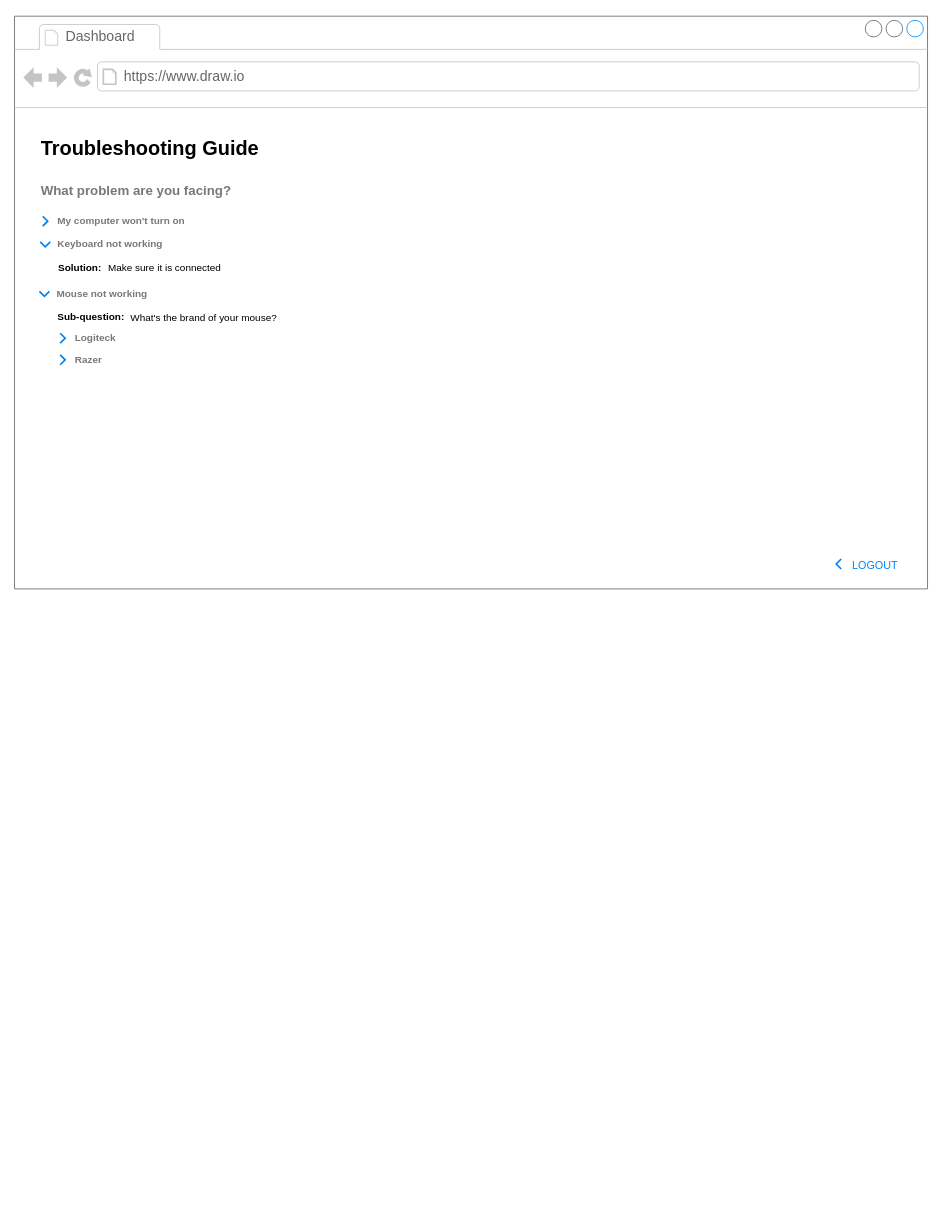
XavierTM/troubleshoot-guide keeps this draw.io diagram as page "Admin Dashboard" (3 of 4) of design/design.drawio. Above is the earlier version. Source tidied: cells renumbered, new cells numbered last; positions are measured from the earlier drawing's top-left corner, leaving out a move shared by most shapes. Both pictures are drawn from the tidied source at 83%, with x=0, y=0 at pixel (14, 16).
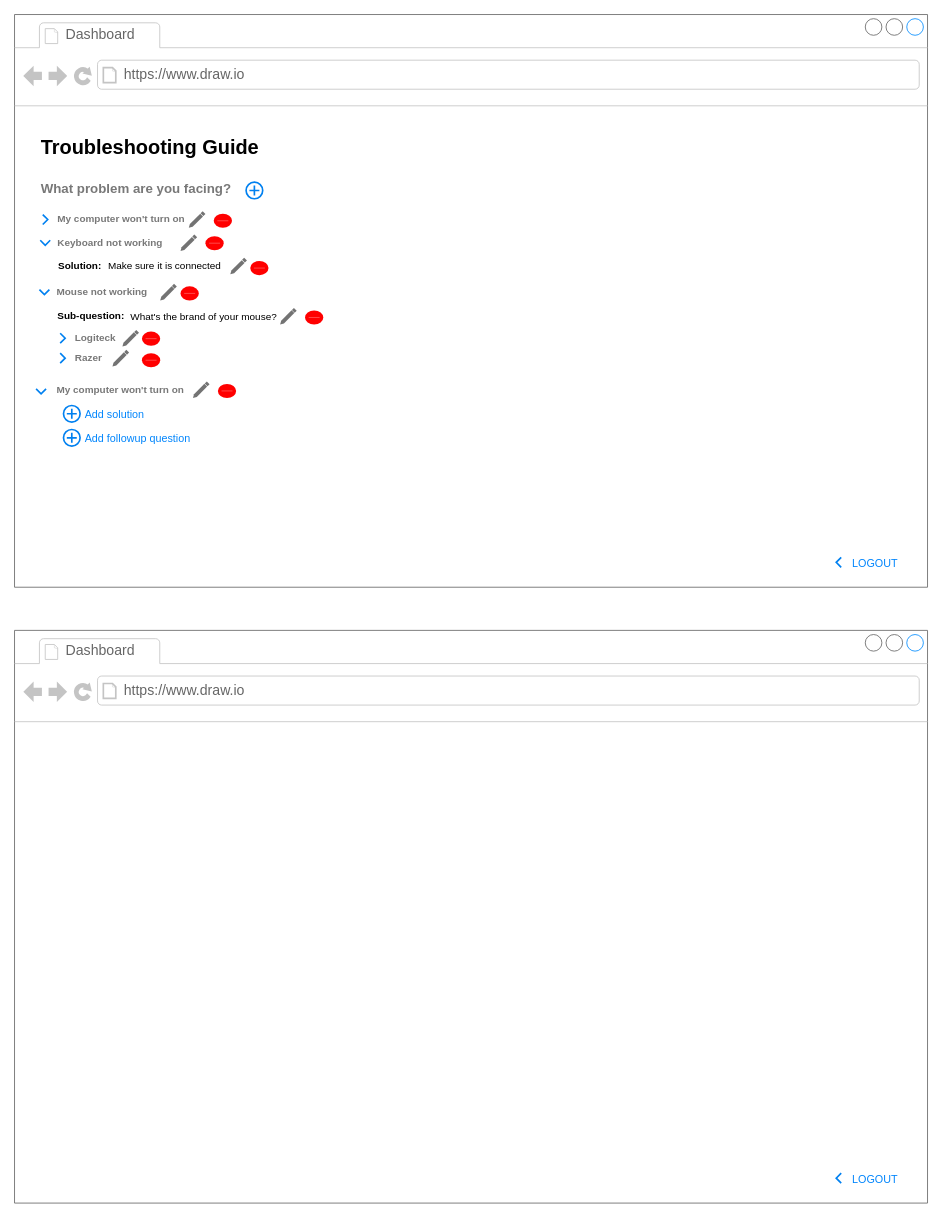
The same page after the edit.

What changed in the source:
```diff
@@
     <mxCell id="2" style="strokeWidth=1;shadow=0;dashed=0;align=center;html=1;shape=mxgraph.mockup.containers.browserWindow;rSize=0;strokeColor=#666666;strokeColor2=#008cff;strokeColor3=#c4c4c4;mainText=,;" parent="1" vertex="1">
-      <mxGeometry width="1100" height="690" as="geometry" />
+      <mxGeometry y="-2" width="1100" height="690" as="geometry" />
     </mxCell>
@@
+    <mxCell id="23" style="html=1;verticalLabelPosition=bottom;align=center;labelBackgroundColor=#ffffff;verticalAlign=top;strokeWidth=2;strokeColor=#0080F0;shadow=0;dashed=0;shape=mxgraph.ios7.icons.add;" parent="2" vertex="1">
+      <mxGeometry x="279" y="202" width="20" height="20" as="geometry" />
+    </mxCell>
+    <mxCell id="24" style="html=1;dashed=0;verticalLabelPosition=bottom;verticalAlign=top;align=center;shape=mxgraph.gmdl.edit;strokeColor=none;fillColor=#737373;shadow=0;sketch=0;" parent="2" vertex="1">
+      <mxGeometry x="260" y="293" width="20" height="20" as="geometry" />
+    </mxCell>
+    <mxCell id="25" style="html=1;dashed=0;verticalLabelPosition=bottom;verticalAlign=top;align=center;shape=mxgraph.gmdl.edit;strokeColor=none;fillColor=#737373;shadow=0;sketch=0;" parent="2" vertex="1">
+      <mxGeometry x="210" y="237" width="20" height="20" as="geometry" />
+    </mxCell>
+    <mxCell id="26" style="html=1;dashed=0;verticalLabelPosition=bottom;verticalAlign=top;align=center;shape=mxgraph.gmdl.edit;strokeColor=none;fillColor=#737373;shadow=0;sketch=0;" parent="2" vertex="1">
+      <mxGeometry x="200" y="265" width="20" height="20" as="geometry" />
+    </mxCell>
+    <mxCell id="27" style="html=1;dashed=0;verticalLabelPosition=bottom;verticalAlign=top;align=center;shape=mxgraph.gmdl.edit;strokeColor=none;fillColor=#737373;shadow=0;sketch=0;" parent="2" vertex="1">
+      <mxGeometry x="175.5" y="324.5" width="20" height="20" as="geometry" />
+    </mxCell>
+    <mxCell id="28" style="html=1;dashed=0;verticalLabelPosition=bottom;verticalAlign=top;align=center;shape=mxgraph.gmdl.edit;strokeColor=none;fillColor=#737373;shadow=0;sketch=0;" parent="2" vertex="1">
+      <mxGeometry x="320" y="353.5" width="20" height="20" as="geometry" />
+    </mxCell>
+    <mxCell id="29" style="html=1;dashed=0;verticalLabelPosition=bottom;verticalAlign=top;align=center;shape=mxgraph.gmdl.edit;strokeColor=none;fillColor=#737373;shadow=0;sketch=0;" parent="2" vertex="1">
+      <mxGeometry x="118" y="404" width="20" height="20" as="geometry" />
+    </mxCell>
+    <mxCell id="30" style="html=1;verticalLabelPosition=bottom;labelBackgroundColor=#ffffff;verticalAlign=top;shadow=0;dashed=0;strokeWidth=2;shape=mxgraph.ios7.misc.delete;fillColor=#ff0000;strokeColor=#ffffff;sketch=0;" parent="2" vertex="1">
+      <mxGeometry x="240" y="240" width="22" height="17" as="geometry" />
+    </mxCell>
+    <mxCell id="31" style="html=1;verticalLabelPosition=bottom;labelBackgroundColor=#ffffff;verticalAlign=top;shadow=0;dashed=0;strokeWidth=2;shape=mxgraph.ios7.misc.delete;fillColor=#ff0000;strokeColor=#ffffff;sketch=0;" parent="2" vertex="1">
+      <mxGeometry x="230" y="267" width="22" height="17" as="geometry" />
+    </mxCell>
+    <mxCell id="32" style="html=1;verticalLabelPosition=bottom;labelBackgroundColor=#ffffff;verticalAlign=top;shadow=0;dashed=0;strokeWidth=2;shape=mxgraph.ios7.misc.delete;fillColor=#ff0000;strokeColor=#ffffff;sketch=0;" parent="2" vertex="1">
+      <mxGeometry x="350" y="356.5" width="22" height="17" as="geometry" />
+    </mxCell>
+    <mxCell id="33" style="html=1;verticalLabelPosition=bottom;labelBackgroundColor=#ffffff;verticalAlign=top;shadow=0;dashed=0;strokeWidth=2;shape=mxgraph.ios7.misc.delete;fillColor=#ff0000;strokeColor=#ffffff;sketch=0;" parent="2" vertex="1">
+      <mxGeometry x="200" y="327.5" width="22" height="17" as="geometry" />
+    </mxCell>
+    <mxCell id="34" style="html=1;verticalLabelPosition=bottom;labelBackgroundColor=#ffffff;verticalAlign=top;shadow=0;dashed=0;strokeWidth=2;shape=mxgraph.ios7.misc.delete;fillColor=#ff0000;strokeColor=#ffffff;sketch=0;" parent="2" vertex="1">
+      <mxGeometry x="153.5" y="408" width="22" height="17" as="geometry" />
+    </mxCell>
+    <mxCell id="35" style="html=1;verticalLabelPosition=bottom;labelBackgroundColor=#ffffff;verticalAlign=top;shadow=0;dashed=0;strokeWidth=2;shape=mxgraph.ios7.misc.delete;fillColor=#ff0000;strokeColor=#ffffff;sketch=0;" parent="2" vertex="1">
+      <mxGeometry x="153.5" y="382" width="22" height="17" as="geometry" />
+    </mxCell>
+    <mxCell id="36" style="html=1;verticalLabelPosition=bottom;labelBackgroundColor=#ffffff;verticalAlign=top;shadow=0;dashed=0;strokeWidth=2;shape=mxgraph.ios7.misc.delete;fillColor=#ff0000;strokeColor=#ffffff;sketch=0;" parent="2" vertex="1">
+      <mxGeometry x="284" y="297" width="22" height="17" as="geometry" />
+    </mxCell>
+    <mxCell id="37" value="&lt;font style=&quot;font-size: 12px;&quot;&gt;My computer won't turn on&lt;/font&gt;" style="text;strokeColor=none;fillColor=none;html=1;fontSize=16;fontStyle=1;verticalAlign=middle;align=left;fontColor=#787878;" parent="2" vertex="1">
+      <mxGeometry x="49" y="431" width="250" height="40" as="geometry" />
+    </mxCell>
+    <mxCell id="38" style="html=1;verticalLabelPosition=bottom;labelBackgroundColor=#ffffff;verticalAlign=top;shadow=0;dashed=0;strokeWidth=2;shape=mxgraph.ios7.misc.down;strokeColor=#0080f0;" parent="2" vertex="1">
+      <mxGeometry x="26" y="451" width="12" height="6" as="geometry" />
+    </mxCell>
+    <mxCell id="39" value="Add solution" style="html=1;shadow=0;dashed=0;shape=mxgraph.bootstrap.rrect;rSize=5;strokeColor=none;strokeWidth=1;fillColor=none;fontColor=#0085FC;whiteSpace=wrap;align=left;verticalAlign=middle;spacingLeft=0;fontStyle=0;fontSize=13;spacing=5;" parent="2" vertex="1">
+      <mxGeometry x="79.5" y="462" width="90" height="40" as="geometry" />
+    </mxCell>
+    <mxCell id="40" style="html=1;verticalLabelPosition=bottom;align=center;labelBackgroundColor=#ffffff;verticalAlign=top;strokeWidth=2;strokeColor=#0080F0;shadow=0;dashed=0;shape=mxgraph.ios7.icons.add;" parent="2" vertex="1">
+      <mxGeometry x="59" y="471" width="20" height="20" as="geometry" />
+    </mxCell>
+    <mxCell id="41" value="Add followup question" style="html=1;shadow=0;dashed=0;shape=mxgraph.bootstrap.rrect;rSize=5;strokeColor=none;strokeWidth=1;fillColor=none;fontColor=#0085FC;whiteSpace=wrap;align=left;verticalAlign=middle;spacingLeft=0;fontStyle=0;fontSize=13;spacing=5;" parent="2" vertex="1">
+      <mxGeometry x="79.5" y="491" width="140.5" height="40" as="geometry" />
+    </mxCell>
+    <mxCell id="42" style="html=1;verticalLabelPosition=bottom;align=center;labelBackgroundColor=#ffffff;verticalAlign=top;strokeWidth=2;strokeColor=#0080F0;shadow=0;dashed=0;shape=mxgraph.ios7.icons.add;" parent="2" vertex="1">
+      <mxGeometry x="59" y="500" width="20" height="20" as="geometry" />
+    </mxCell>
+    <mxCell id="43" style="html=1;dashed=0;verticalLabelPosition=bottom;verticalAlign=top;align=center;shape=mxgraph.gmdl.edit;strokeColor=none;fillColor=#737373;shadow=0;sketch=0;" parent="2" vertex="1">
+      <mxGeometry x="215" y="442" width="20" height="20" as="geometry" />
+    </mxCell>
+    <mxCell id="44" style="html=1;verticalLabelPosition=bottom;labelBackgroundColor=#ffffff;verticalAlign=top;shadow=0;dashed=0;strokeWidth=2;shape=mxgraph.ios7.misc.delete;fillColor=#ff0000;strokeColor=#ffffff;sketch=0;" parent="2" vertex="1">
+      <mxGeometry x="245" y="445" width="22" height="17" as="geometry" />
+    </mxCell>
@@
+    <mxCell id="45" style="strokeWidth=1;shadow=0;dashed=0;align=center;html=1;shape=mxgraph.mockup.containers.browserWindow;rSize=0;strokeColor=#666666;strokeColor2=#008cff;strokeColor3=#c4c4c4;mainText=,;" parent="1" vertex="1">
+      <mxGeometry y="740" width="1100" height="690" as="geometry" />
+    </mxCell>
+    <mxCell id="46" value="Dashboard" style="strokeWidth=1;shadow=0;dashed=0;align=center;html=1;shape=mxgraph.mockup.containers.anchor;fontSize=17;fontColor=#666666;align=left;whiteSpace=wrap;" parent="45" vertex="1">
+      <mxGeometry x="60" y="12" width="110" height="26" as="geometry" />
+    </mxCell>
+    <mxCell id="47" value="https://www.draw.io" style="strokeWidth=1;shadow=0;dashed=0;align=center;html=1;shape=mxgraph.mockup.containers.anchor;rSize=0;fontSize=17;fontColor=#666666;align=left;" parent="45" vertex="1">
+      <mxGeometry x="130" y="60" width="250" height="26" as="geometry" />
+    </mxCell>
+    <mxCell id="48" value="LOGOUT" style="html=1;shadow=0;dashed=0;shape=mxgraph.bootstrap.rrect;rSize=5;strokeColor=none;strokeWidth=1;fillColor=none;fontColor=#0085FC;whiteSpace=wrap;align=center;verticalAlign=middle;spacingLeft=0;fontStyle=0;fontSize=13;spacing=5;" parent="45" vertex="1">
+      <mxGeometry x="992" y="641" width="90" height="40" as="geometry" />
+    </mxCell>
+    <mxCell id="49" style="html=1;verticalLabelPosition=bottom;labelBackgroundColor=#ffffff;verticalAlign=top;shadow=0;dashed=0;strokeWidth=2;shape=mxgraph.ios7.misc.left;strokeColor=#0080f0;" parent="45" vertex="1">
+      <mxGeometry x="990" y="654" width="6" height="12" as="geometry" />
+    </mxCell>
+    <mxCell id="50" style="html=1;dashed=0;verticalLabelPosition=bottom;verticalAlign=top;align=center;shape=mxgraph.gmdl.edit;strokeColor=none;fillColor=#737373;shadow=0;sketch=0;" parent="1" vertex="1">
+      <mxGeometry x="130" y="378" width="20" height="20" as="geometry" />
+    </mxCell>
```
